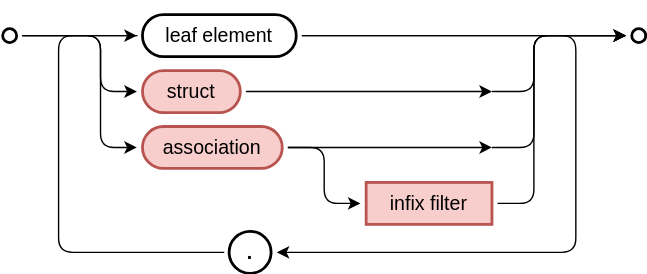
Before: cds/assets/cxl/ref.drawio.svg, a diagram exported from draw.io (capire/docs). Source tidied: cells renumbered, new cells last; positions are measured from the earlier drawing's top-left corner, leaving out a move shared by most shapes.
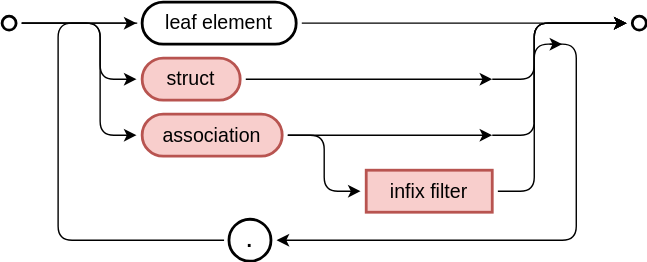
Later version of the same file.

Commit message:
leaf elements can not be looped (#2389)

The edit, as a diff of the source:
```diff
@@ -2,100 +2,105 @@
   <root>
     <mxCell id="0" />
     <mxCell id="1" parent="0" />
-    <mxCell id="2" style="edgeStyle=orthogonalEdgeStyle;rounded=0;jettySize=auto;html=1;" parent="1" edge="1" source="3" target="10">
+    <mxCell id="2" style="edgeStyle=orthogonalEdgeStyle;rounded=0;jettySize=auto;html=1;strokeColor=#000000;labelBackgroundColor=none;fontColor=#000000;" parent="1" edge="1" source="3" target="10">
       <mxGeometry relative="1" as="geometry" />
     </mxCell>
-    <mxCell id="3" value="leaf element" style="rounded=1;whiteSpace=wrap;html=1;strokeWidth=2;arcSize=50;fontSize=14;perimeterSpacing=4;" parent="1" vertex="1">
+    <mxCell id="3" value="leaf element" style="rounded=1;whiteSpace=wrap;html=1;strokeWidth=2;arcSize=50;fontSize=14;perimeterSpacing=4;strokeColor=#000000;labelBackgroundColor=none;fontColor=#000000;fillColor=#FFFFFF;" parent="1" vertex="1">
       <mxGeometry x="100" y="10" width="110" height="30" as="geometry" />
     </mxCell>
-    <mxCell id="4" style="edgeStyle=elbowEdgeStyle;rounded=1;jettySize=auto;html=1;curved=0;jumpStyle=arc;jumpSize=6;" parent="1" edge="1" source="5" target="9">
+    <mxCell id="4" style="edgeStyle=elbowEdgeStyle;rounded=1;jettySize=auto;html=1;curved=0;jumpStyle=arc;jumpSize=6;strokeColor=#000000;labelBackgroundColor=none;fontColor=#000000;" parent="1" edge="1" source="5" target="9">
       <mxGeometry relative="1" as="geometry">
         <Array as="points">
           <mxPoint x="70" y="60" />
         </Array>
       </mxGeometry>
     </mxCell>
-    <mxCell id="5" style="ellipse;whiteSpace=wrap;html=1;rounded=1;strokeColor=default;strokeWidth=2;align=center;verticalAlign=middle;fontFamily=Helvetica;fontSize=11;fontColor=default;labelBackgroundColor=default;fillColor=default;perimeterSpacing=4;" parent="1" vertex="1">
+    <mxCell id="5" style="ellipse;whiteSpace=wrap;html=1;rounded=1;strokeColor=#000000;strokeWidth=2;align=center;verticalAlign=middle;fontFamily=Helvetica;fontSize=11;fontColor=#000000;labelBackgroundColor=none;fillColor=default;perimeterSpacing=4;" parent="1" vertex="1">
       <mxGeometry y="20" width="10" height="10" as="geometry" />
     </mxCell>
-    <mxCell id="6" style="endArrow=classic;html=1;rounded=1;strokeColor=default;align=center;verticalAlign=middle;fontFamily=Helvetica;fontSize=11;fontColor=default;labelBackgroundColor=default;edgeStyle=elbowEdgeStyle;curved=0;jumpStyle=arc;jumpSize=6;" parent="1" edge="1" source="5" target="3">
+    <mxCell id="6" style="endArrow=classic;html=1;rounded=1;strokeColor=#000000;align=center;verticalAlign=middle;fontFamily=Helvetica;fontSize=11;fontColor=#000000;labelBackgroundColor=none;edgeStyle=elbowEdgeStyle;curved=0;jumpStyle=arc;jumpSize=6;" parent="1" edge="1" source="5" target="3">
       <mxGeometry relative="1" as="geometry" />
     </mxCell>
-    <mxCell id="7" value="struct" style="rounded=1;whiteSpace=wrap;html=1;strokeWidth=2;arcSize=50;fontSize=14;perimeterSpacing=4;fillColor=#f8cecc;strokeColor=#b85450;" parent="1" vertex="1">
+    <mxCell id="7" value="struct" style="rounded=1;whiteSpace=wrap;html=1;strokeWidth=2;arcSize=50;fontSize=14;perimeterSpacing=4;fillColor=#f8cecc;strokeColor=#b85450;labelBackgroundColor=none;fontColor=#000000;" parent="1" vertex="1">
       <mxGeometry x="100" y="50" width="70" height="30" as="geometry" />
     </mxCell>
-    <mxCell id="8" style="edgeStyle=elbowEdgeStyle;rounded=1;jettySize=auto;html=1;curved=0;sourcePerimeterSpacing=0;" parent="1" edge="1" source="9" target="12">
+    <mxCell id="8" style="edgeStyle=elbowEdgeStyle;rounded=1;jettySize=auto;html=1;curved=0;sourcePerimeterSpacing=0;strokeColor=#000000;labelBackgroundColor=none;fontColor=#000000;" parent="1" edge="1" source="9" target="12">
       <mxGeometry relative="1" as="geometry" />
     </mxCell>
-    <mxCell id="9" value="association" style="rounded=1;whiteSpace=wrap;html=1;strokeWidth=2;arcSize=50;fontSize=14;perimeterSpacing=4;fillColor=#f8cecc;strokeColor=#b85450;" parent="1" vertex="1">
+    <mxCell id="9" value="association" style="rounded=1;whiteSpace=wrap;html=1;strokeWidth=2;arcSize=50;fontSize=14;perimeterSpacing=4;fillColor=#f8cecc;strokeColor=#b85450;labelBackgroundColor=none;fontColor=#000000;" parent="1" vertex="1">
       <mxGeometry x="100" y="90" width="100" height="30" as="geometry" />
     </mxCell>
-    <mxCell id="10" style="ellipse;whiteSpace=wrap;html=1;rounded=1;strokeColor=default;strokeWidth=2;align=center;verticalAlign=middle;fontFamily=Helvetica;fontSize=11;fontColor=default;labelBackgroundColor=default;fillColor=default;perimeterSpacing=4;" parent="1" vertex="1">
+    <mxCell id="10" style="ellipse;whiteSpace=wrap;html=1;rounded=1;strokeColor=#000000;strokeWidth=2;align=center;verticalAlign=middle;fontFamily=Helvetica;fontSize=11;fontColor=#000000;labelBackgroundColor=none;fillColor=default;perimeterSpacing=4;" parent="1" vertex="1">
       <mxGeometry x="450" y="20" width="10" height="10" as="geometry" />
     </mxCell>
-    <mxCell id="11" style="endArrow=classic;html=1;rounded=1;strokeColor=default;align=center;verticalAlign=middle;fontFamily=Helvetica;fontSize=11;fontColor=default;labelBackgroundColor=default;edgeStyle=elbowEdgeStyle;curved=0;jumpStyle=arc;jumpSize=6;" parent="1" edge="1" source="5" target="7">
+    <mxCell id="11" style="endArrow=classic;html=1;rounded=1;strokeColor=#000000;align=center;verticalAlign=middle;fontFamily=Helvetica;fontSize=11;fontColor=#000000;labelBackgroundColor=none;edgeStyle=elbowEdgeStyle;curved=0;jumpStyle=arc;jumpSize=6;" parent="1" edge="1" source="5" target="7">
       <mxGeometry relative="1" as="geometry">
         <Array as="points">
           <mxPoint x="70" y="65" />
         </Array>
       </mxGeometry>
     </mxCell>
-    <mxCell id="12" value="infix filter" style="rounded=1;whiteSpace=wrap;html=1;strokeWidth=2;arcSize=0;fontSize=14;perimeterSpacing=4;fillColor=#f8cecc;strokeColor=#b85450;" parent="1" vertex="1">
+    <mxCell id="12" value="infix filter" style="rounded=1;whiteSpace=wrap;html=1;strokeWidth=2;arcSize=0;fontSize=14;perimeterSpacing=4;fillColor=#f8cecc;strokeColor=#b85450;labelBackgroundColor=none;fontColor=#000000;" parent="1" vertex="1">
       <mxGeometry x="260" y="130" width="90" height="30" as="geometry" />
     </mxCell>
-    <mxCell id="13" style="endArrow=classic;html=1;rounded=1;strokeColor=default;align=center;verticalAlign=middle;fontFamily=Helvetica;fontSize=11;fontColor=default;labelBackgroundColor=default;edgeStyle=elbowEdgeStyle;curved=0;jumpStyle=gap;jumpSize=6;exitX=1;exitY=0.5;exitDx=0;exitDy=0;" parent="1" edge="1" source="7" target="17">
+    <mxCell id="13" style="endArrow=classic;html=1;rounded=1;strokeColor=#000000;align=center;verticalAlign=middle;fontFamily=Helvetica;fontSize=11;fontColor=#000000;labelBackgroundColor=none;edgeStyle=elbowEdgeStyle;curved=0;jumpStyle=gap;jumpSize=6;exitX=1;exitY=0.5;exitDx=0;exitDy=0;" parent="1" edge="1" source="7" target="17">
       <mxGeometry relative="1" as="geometry" />
     </mxCell>
-    <mxCell id="14" style="edgeStyle=elbowEdgeStyle;rounded=1;jettySize=auto;html=1;curved=0;sourcePerimeterSpacing=0;" parent="1" edge="1" source="12" target="10">
+    <mxCell id="14" style="edgeStyle=elbowEdgeStyle;rounded=1;jettySize=auto;html=1;curved=0;sourcePerimeterSpacing=0;strokeColor=#000000;labelBackgroundColor=none;fontColor=#000000;" parent="1" edge="1" source="12" target="10">
       <mxGeometry relative="1" as="geometry">
         <Array as="points">
           <mxPoint x="380" y="80" />
         </Array>
       </mxGeometry>
     </mxCell>
-    <mxCell id="15" style="edgeStyle=elbowEdgeStyle;rounded=1;jettySize=auto;html=1;endArrow=none;endFill=0;linecap=square;exitX=0;exitY=0.5;exitDx=0;exitDy=0;" parent="1" edge="1" source="23" target="3">
+    <mxCell id="15" style="edgeStyle=elbowEdgeStyle;rounded=1;jettySize=auto;html=1;endArrow=none;endFill=0;linecap=square;exitX=0;exitY=0.5;exitDx=0;exitDy=0;strokeColor=#000000;labelBackgroundColor=none;fontColor=#000000;" parent="1" edge="1" source="23" target="3">
       <mxGeometry relative="1" as="geometry">
         <Array as="points">
           <mxPoint x="40" y="110" />
         </Array>
       </mxGeometry>
     </mxCell>
-    <mxCell id="16" style="edgeStyle=elbowEdgeStyle;rounded=1;jettySize=auto;html=1;entryX=1;entryY=0.5;entryDx=0;entryDy=0;" parent="1" edge="1" source="3" target="23">
-      <mxGeometry relative="1" as="geometry">
-        <Array as="points">
-          <mxPoint x="410" y="100" />
-          <mxPoint x="430" y="90" />
-        </Array>
-      </mxGeometry>
-    </mxCell>
-    <mxCell id="17" style="ellipse;whiteSpace=wrap;html=1;fillColor=none;strokeColor=none;" parent="1" vertex="1">
+    <mxCell id="17" style="ellipse;whiteSpace=wrap;html=1;fillColor=none;strokeColor=none;labelBackgroundColor=none;fontColor=#000000;" parent="1" vertex="1">
       <mxGeometry x="350" y="55" width="20" height="20" as="geometry" />
     </mxCell>
-    <mxCell id="18" style="endArrow=classic;html=1;rounded=1;strokeColor=default;align=center;verticalAlign=middle;fontFamily=Helvetica;fontSize=14;fontColor=default;labelBackgroundColor=default;edgeStyle=elbowEdgeStyle;curved=0;jumpStyle=gap;jumpSize=6;exitX=0;exitY=0.5;exitDx=0;exitDy=0;entryX=0;entryY=0.5;entryDx=0;entryDy=0;" parent="1" edge="1" source="17" target="10">
+    <mxCell id="18" style="endArrow=classic;html=1;rounded=1;strokeColor=#000000;align=center;verticalAlign=middle;fontFamily=Helvetica;fontSize=14;fontColor=#000000;labelBackgroundColor=none;edgeStyle=elbowEdgeStyle;curved=0;jumpStyle=gap;jumpSize=6;exitX=0;exitY=0.5;exitDx=0;exitDy=0;entryX=0;entryY=0.5;entryDx=0;entryDy=0;" parent="1" edge="1" source="17" target="10">
       <mxGeometry relative="1" as="geometry">
         <Array as="points">
           <mxPoint x="380" y="50" />
         </Array>
       </mxGeometry>
     </mxCell>
-    <mxCell id="19" style="edgeStyle=elbowEdgeStyle;rounded=1;jettySize=auto;html=1;curved=0;sourcePerimeterSpacing=0;" parent="1" edge="1" source="9" target="20">
+    <mxCell id="19" style="edgeStyle=elbowEdgeStyle;rounded=1;jettySize=auto;html=1;curved=0;sourcePerimeterSpacing=0;strokeColor=#000000;labelBackgroundColor=none;fontColor=#000000;" parent="1" edge="1" source="9" target="20">
       <mxGeometry relative="1" as="geometry" />
     </mxCell>
-    <mxCell id="20" style="ellipse;whiteSpace=wrap;html=1;fillColor=none;strokeColor=none;" parent="1" vertex="1">
+    <mxCell id="20" style="ellipse;whiteSpace=wrap;html=1;fillColor=none;strokeColor=none;labelBackgroundColor=none;fontColor=#000000;" parent="1" vertex="1">
       <mxGeometry x="350" y="95" width="20" height="20" as="geometry" />
     </mxCell>
-    <mxCell id="21" style="endArrow=classic;html=1;rounded=1;strokeColor=default;align=center;verticalAlign=middle;fontFamily=Helvetica;fontSize=14;fontColor=default;labelBackgroundColor=default;edgeStyle=elbowEdgeStyle;curved=0;jumpStyle=gap;jumpSize=6;exitX=0;exitY=0.5;exitDx=0;exitDy=0;entryX=0;entryY=0.5;entryDx=0;entryDy=0;" parent="1" edge="1" source="20" target="10">
+    <mxCell id="21" style="endArrow=classic;html=1;rounded=1;strokeColor=#000000;align=center;verticalAlign=middle;fontFamily=Helvetica;fontSize=14;fontColor=#000000;labelBackgroundColor=none;edgeStyle=elbowEdgeStyle;curved=0;jumpStyle=gap;jumpSize=6;exitX=0;exitY=0.5;exitDx=0;exitDy=0;entryX=0;entryY=0.5;entryDx=0;entryDy=0;" parent="1" edge="1" source="20" target="10">
       <mxGeometry relative="1" as="geometry">
         <Array as="points">
           <mxPoint x="380" y="70" />
         </Array>
       </mxGeometry>
     </mxCell>
-    <mxCell id="22" style="ellipse;whiteSpace=wrap;html=1;fillColor=none;strokeColor=none;" parent="1" vertex="1">
-      <mxGeometry x="20" width="20" height="20" as="geometry" />
-    </mxCell>
-    <mxCell id="23" value="&lt;b&gt;.&lt;/b&gt;" style="rounded=1;whiteSpace=wrap;html=1;strokeWidth=2;arcSize=50;fontSize=14;perimeterSpacing=4;" parent="1" vertex="1">
+    <mxCell id="23" value="&lt;b&gt;.&lt;/b&gt;" style="rounded=1;whiteSpace=wrap;html=1;strokeWidth=2;arcSize=50;fontSize=14;perimeterSpacing=4;strokeColor=#000000;labelBackgroundColor=none;fontColor=#000000;fillColor=#FFFFFF;" parent="1" vertex="1">
       <mxGeometry x="162" y="165" width="30" height="30" as="geometry" />
     </mxCell>
+    <mxCell id="24" style="edgeStyle=orthogonalEdgeStyle;rounded=1;jettySize=auto;html=1;entryX=1;entryY=0.5;entryDx=0;entryDy=0;strokeColor=#000000;labelBackgroundColor=none;fontColor=#000000;" parent="1" edge="1" target="23">
+      <mxGeometry relative="1" as="geometry">
+        <mxPoint x="380" y="96" as="sourcePoint" />
+        <Array as="points">
+          <mxPoint x="380" y="40" />
+          <mxPoint x="410" y="40" />
+          <mxPoint x="410" y="180" />
+        </Array>
+      </mxGeometry>
+    </mxCell>
+    <mxCell id="25" style="endArrow=classic;html=1;rounded=1;strokeColor=default;align=center;verticalAlign=middle;fontFamily=Helvetica;fontSize=14;fontColor=default;labelBackgroundColor=default;jumpStyle=gap;jumpSize=6;" parent="1" edge="1">
+      <mxGeometry relative="1" as="geometry">
+        <mxPoint x="391" y="40" as="sourcePoint" />
+        <mxPoint x="400" y="40" as="targetPoint" />
+      </mxGeometry>
+    </mxCell>
   </root>
 </mxGraphModel>
```
